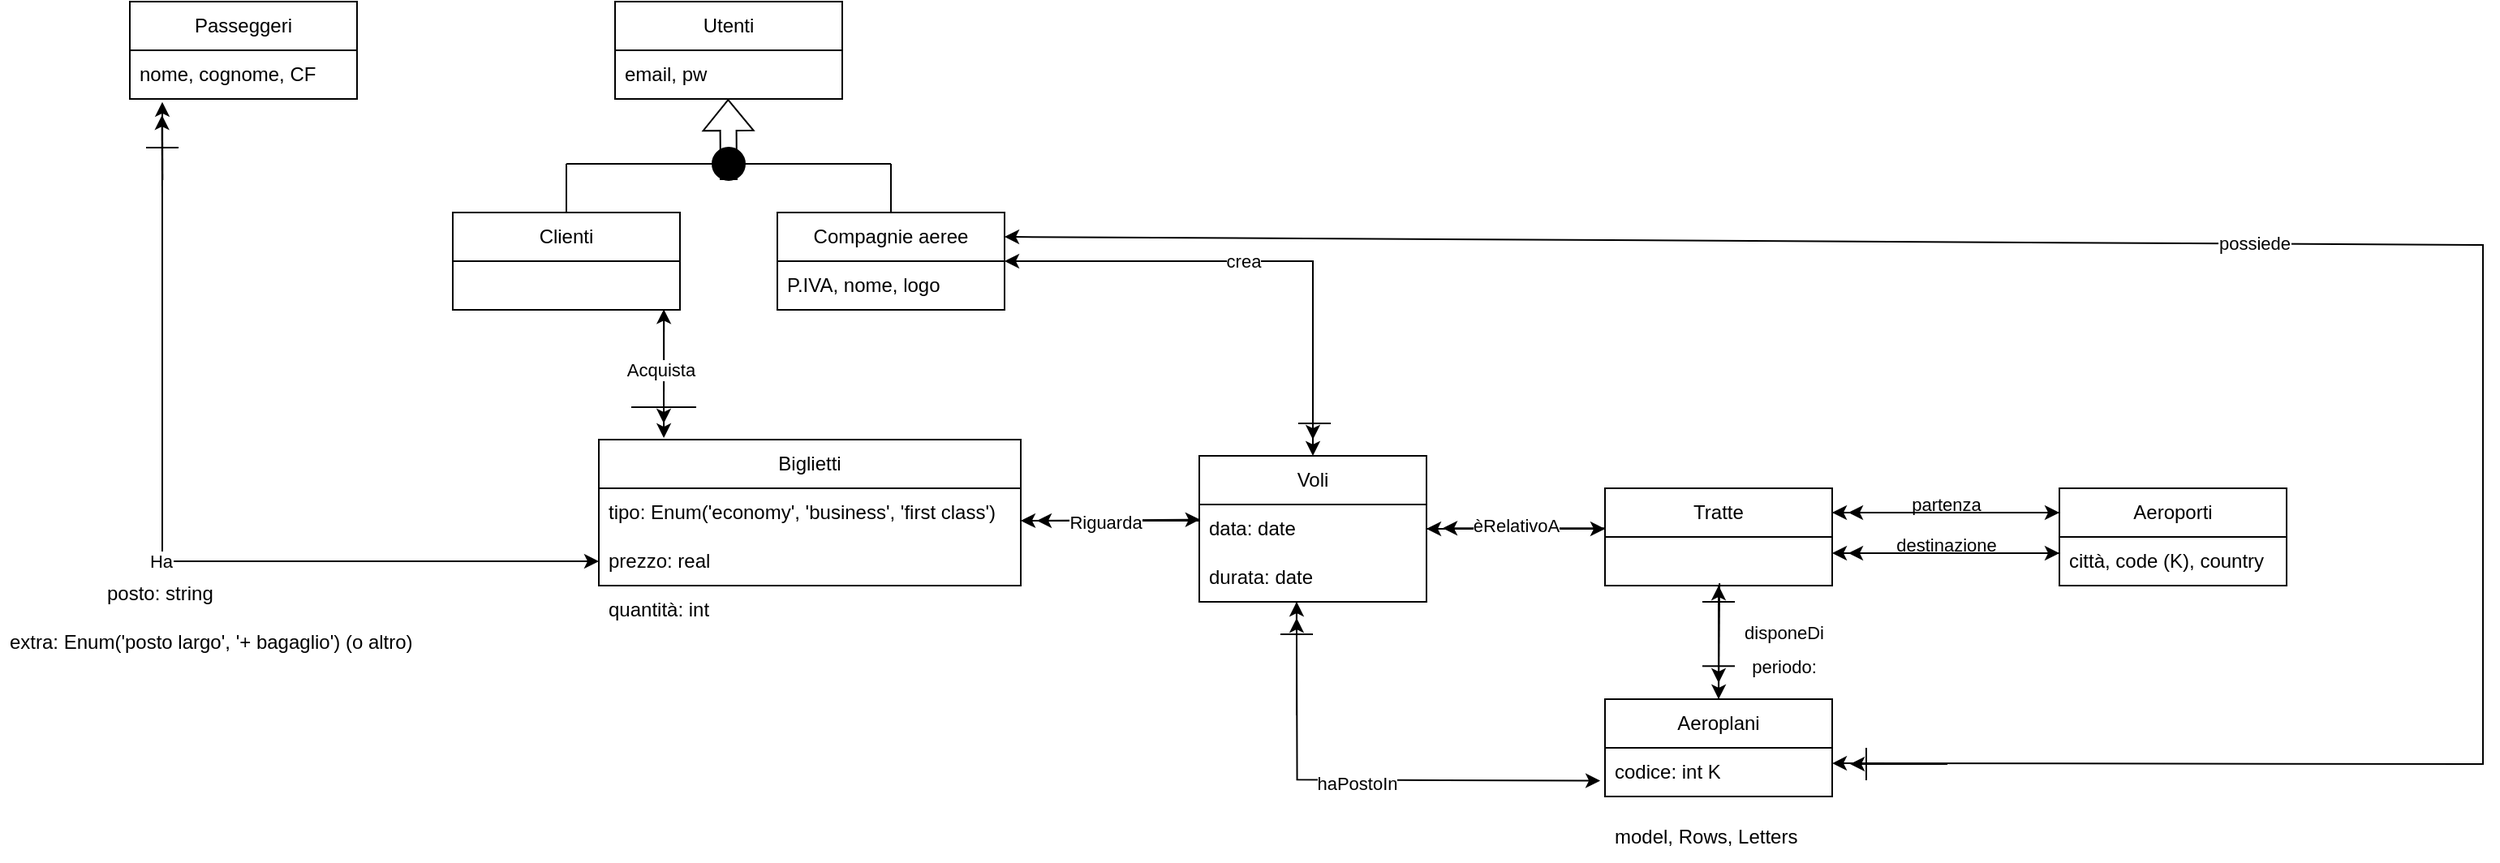
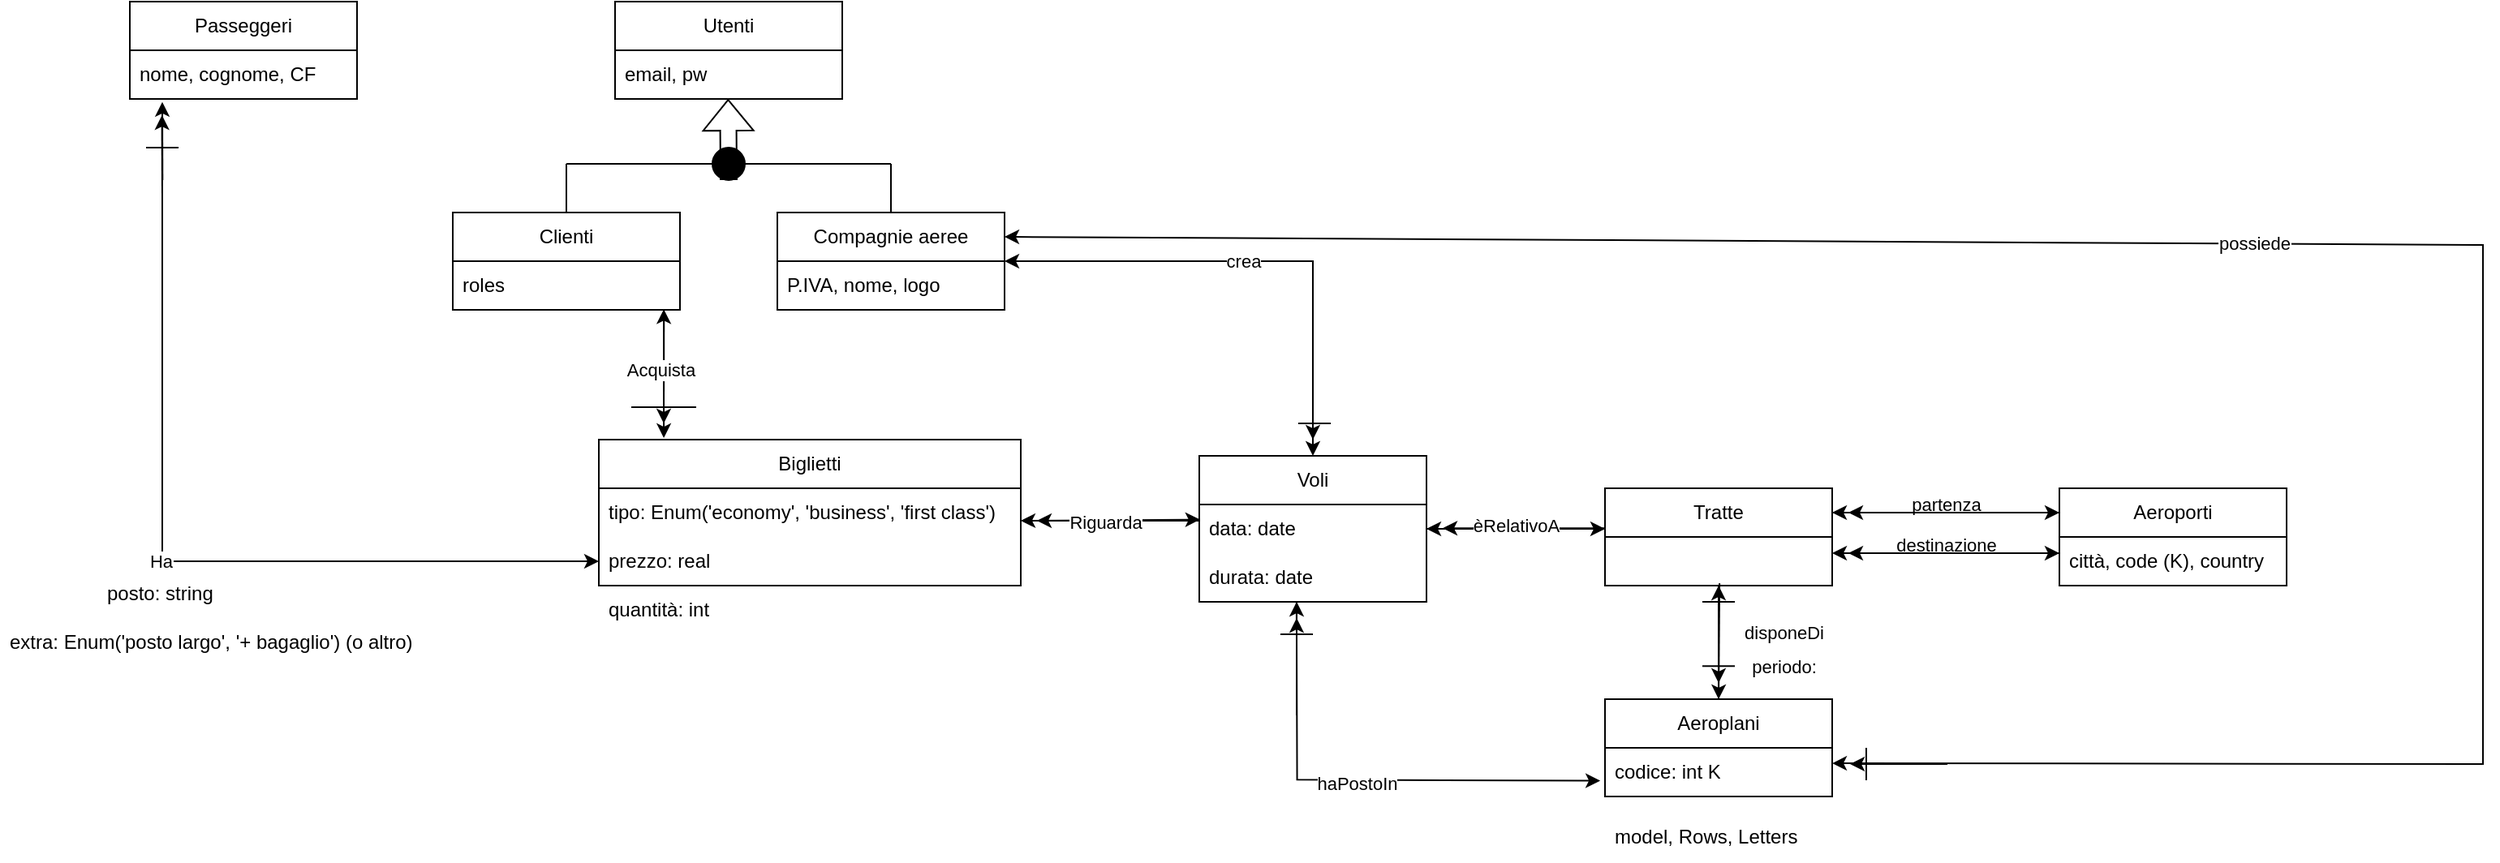
<mxfile host="65bd71144e">
    <diagram name="Pagina-1" id="Y2F9K8NCZ-bAOCw_idQH">
-         <mxGraphModel dx="2490" dy="2175" grid="1" gridSize="10" guides="1" tooltips="1" connect="1" arrows="1" fold="1" page="1" pageScale="1" pageWidth="1169" pageHeight="827" background="none" math="0" shadow="0">
+         <mxGraphModel dx="2176" dy="2015" grid="1" gridSize="10" guides="1" tooltips="1" connect="1" arrows="1" fold="1" page="1" pageScale="1" pageWidth="1169" pageHeight="827" background="none" math="0" shadow="0">
            <root>
                <mxCell id="0"/>
                <mxCell id="1" parent="0"/>
                <mxCell id="_ETjs5SsKa_0tdBlZnar-3" value="Utenti" style="swimlane;fontStyle=0;childLayout=stackLayout;horizontal=1;startSize=30;horizontalStack=0;resizeParent=1;resizeParentMax=0;resizeLast=0;collapsible=1;marginBottom=0;whiteSpace=wrap;html=1;" parent="1" vertex="1">
                    <mxGeometry x="119" y="-1600" width="140" height="60" as="geometry"/>
                </mxCell>
                <mxCell id="_ETjs5SsKa_0tdBlZnar-4" value="email, pw" style="text;strokeColor=none;fillColor=none;align=left;verticalAlign=middle;spacingLeft=4;spacingRight=4;overflow=hidden;points=[[0,0.5],[1,0.5]];portConstraint=eastwest;rotatable=0;whiteSpace=wrap;html=1;" parent="_ETjs5SsKa_0tdBlZnar-3" vertex="1">
                    <mxGeometry y="30" width="140" height="30" as="geometry"/>
                </mxCell>
                <mxCell id="_ETjs5SsKa_0tdBlZnar-15" value="Clienti" style="swimlane;fontStyle=0;childLayout=stackLayout;horizontal=1;startSize=30;horizontalStack=0;resizeParent=1;resizeParentMax=0;resizeLast=0;collapsible=1;marginBottom=0;whiteSpace=wrap;html=1;" parent="1" vertex="1">
                    <mxGeometry x="19" y="-1470" width="140" height="60" as="geometry"/>
                </mxCell>
+                 <mxCell id="31" value="roles" style="text;strokeColor=none;fillColor=none;align=left;verticalAlign=middle;spacingLeft=4;spacingRight=4;overflow=hidden;points=[[0,0.5],[1,0.5]];portConstraint=eastwest;rotatable=0;whiteSpace=wrap;html=1;" vertex="1" parent="_ETjs5SsKa_0tdBlZnar-15">
+                     <mxGeometry y="30" width="140" height="30" as="geometry"/>
+                 </mxCell>
                <mxCell id="_ETjs5SsKa_0tdBlZnar-17" value="Compagnie aeree" style="swimlane;fontStyle=0;childLayout=stackLayout;horizontal=1;startSize=30;horizontalStack=0;resizeParent=1;resizeParentMax=0;resizeLast=0;collapsible=1;marginBottom=0;whiteSpace=wrap;html=1;" parent="1" vertex="1">
                    <mxGeometry x="219" y="-1470" width="140" height="60" as="geometry"/>
                </mxCell>
                <mxCell id="_ETjs5SsKa_0tdBlZnar-18" value="P.IVA, nome, logo" style="text;strokeColor=none;fillColor=none;align=left;verticalAlign=middle;spacingLeft=4;spacingRight=4;overflow=hidden;points=[[0,0.5],[1,0.5]];portConstraint=eastwest;rotatable=0;whiteSpace=wrap;html=1;" parent="_ETjs5SsKa_0tdBlZnar-17" vertex="1">
                    <mxGeometry y="30" width="140" height="30" as="geometry"/>
                </mxCell>
                <mxCell id="_ETjs5SsKa_0tdBlZnar-19" value="Tratte" style="swimlane;fontStyle=0;childLayout=stackLayout;horizontal=1;startSize=30;horizontalStack=0;resizeParent=1;resizeParentMax=0;resizeLast=0;collapsible=1;marginBottom=0;whiteSpace=wrap;html=1;" parent="1" vertex="1">
                    <mxGeometry x="729" y="-1300" width="140" height="60" as="geometry"/>
                </mxCell>
                <mxCell id="_ETjs5SsKa_0tdBlZnar-21" value="Aeroplani" style="swimlane;fontStyle=0;childLayout=stackLayout;horizontal=1;startSize=30;horizontalStack=0;resizeParent=1;resizeParentMax=0;resizeLast=0;collapsible=1;marginBottom=0;whiteSpace=wrap;html=1;" parent="1" vertex="1">
                    <mxGeometry x="729" y="-1170" width="140" height="60" as="geometry"/>
                </mxCell>
                <mxCell id="_ETjs5SsKa_0tdBlZnar-22" value="codice: int K" style="text;strokeColor=none;fillColor=none;align=left;verticalAlign=middle;spacingLeft=4;spacingRight=4;overflow=hidden;points=[[0,0.5],[1,0.5]];portConstraint=eastwest;rotatable=0;whiteSpace=wrap;html=1;" parent="_ETjs5SsKa_0tdBlZnar-21" vertex="1">
                    <mxGeometry y="30" width="140" height="30" as="geometry"/>
                </mxCell>
                <mxCell id="_ETjs5SsKa_0tdBlZnar-23" value="Aeroporti" style="swimlane;fontStyle=0;childLayout=stackLayout;horizontal=1;startSize=30;horizontalStack=0;resizeParent=1;resizeParentMax=0;resizeLast=0;collapsible=1;marginBottom=0;whiteSpace=wrap;html=1;" parent="1" vertex="1">
                    <mxGeometry x="1009" y="-1300" width="140" height="60" as="geometry"/>
                </mxCell>
                <mxCell id="_ETjs5SsKa_0tdBlZnar-24" value="città, code (K), country" style="text;strokeColor=none;fillColor=none;align=left;verticalAlign=middle;spacingLeft=4;spacingRight=4;overflow=hidden;points=[[0,0.5],[1,0.5]];portConstraint=eastwest;rotatable=0;whiteSpace=wrap;html=1;" parent="_ETjs5SsKa_0tdBlZnar-23" vertex="1">
                    <mxGeometry y="30" width="140" height="30" as="geometry"/>
                </mxCell>
                <mxCell id="_ETjs5SsKa_0tdBlZnar-25" value="" style="endArrow=classic;html=1;rounded=0;exitX=1;exitY=0.25;exitDx=0;exitDy=0;entryX=0;entryY=0.25;entryDx=0;entryDy=0;" parent="1" source="_ETjs5SsKa_0tdBlZnar-19" target="_ETjs5SsKa_0tdBlZnar-23" edge="1">
                    <mxGeometry width="50" height="50" relative="1" as="geometry">
                        <mxPoint x="709" y="-1000" as="sourcePoint"/>
                        <mxPoint x="759" y="-1050" as="targetPoint"/>
                    </mxGeometry>
                </mxCell>
                <mxCell id="_ETjs5SsKa_0tdBlZnar-27" value="" style="endArrow=classic;html=1;rounded=0;entryX=1;entryY=0.25;entryDx=0;entryDy=0;exitX=0;exitY=0.25;exitDx=0;exitDy=0;" parent="1" source="_ETjs5SsKa_0tdBlZnar-23" target="_ETjs5SsKa_0tdBlZnar-19" edge="1">
                    <mxGeometry width="50" height="50" relative="1" as="geometry">
                        <mxPoint x="709" y="-1000" as="sourcePoint"/>
                        <mxPoint x="759" y="-1050" as="targetPoint"/>
                    </mxGeometry>
                </mxCell>
                <mxCell id="_ETjs5SsKa_0tdBlZnar-28" value="partenza" style="edgeLabel;html=1;align=center;verticalAlign=middle;resizable=0;points=[];" parent="_ETjs5SsKa_0tdBlZnar-27" vertex="1" connectable="0">
                    <mxGeometry x="0.0872" y="2" relative="1" as="geometry">
                        <mxPoint x="6" y="-7" as="offset"/>
                    </mxGeometry>
                </mxCell>
                <mxCell id="_ETjs5SsKa_0tdBlZnar-29" value="" style="endArrow=classic;html=1;rounded=0;exitX=0;exitY=0.25;exitDx=0;exitDy=0;" parent="1" source="_ETjs5SsKa_0tdBlZnar-23" edge="1">
                    <mxGeometry width="50" height="50" relative="1" as="geometry">
                        <mxPoint x="709" y="-1000" as="sourcePoint"/>
                        <mxPoint x="879" y="-1285" as="targetPoint"/>
                    </mxGeometry>
                </mxCell>
                <mxCell id="_ETjs5SsKa_0tdBlZnar-30" value="" style="endArrow=classic;html=1;rounded=0;entryX=1;entryY=0.25;entryDx=0;entryDy=0;exitX=0;exitY=0.25;exitDx=0;exitDy=0;" parent="1" edge="1">
                    <mxGeometry width="50" height="50" relative="1" as="geometry">
                        <mxPoint x="1009" y="-1260" as="sourcePoint"/>
                        <mxPoint x="869" y="-1260" as="targetPoint"/>
                    </mxGeometry>
                </mxCell>
                <mxCell id="_ETjs5SsKa_0tdBlZnar-31" value="destinazione" style="edgeLabel;html=1;align=center;verticalAlign=middle;resizable=0;points=[];" parent="_ETjs5SsKa_0tdBlZnar-30" vertex="1" connectable="0">
                    <mxGeometry x="0.0872" y="2" relative="1" as="geometry">
                        <mxPoint x="6" y="-7" as="offset"/>
                    </mxGeometry>
                </mxCell>
                <mxCell id="_ETjs5SsKa_0tdBlZnar-32" value="" style="endArrow=classic;html=1;rounded=0;exitX=0;exitY=0.25;exitDx=0;exitDy=0;" parent="1" edge="1">
                    <mxGeometry width="50" height="50" relative="1" as="geometry">
                        <mxPoint x="1009" y="-1260" as="sourcePoint"/>
                        <mxPoint x="879" y="-1260" as="targetPoint"/>
                    </mxGeometry>
                </mxCell>
                <mxCell id="_ETjs5SsKa_0tdBlZnar-33" value="" style="endArrow=classic;html=1;rounded=0;exitX=1.007;exitY=0.333;exitDx=0;exitDy=0;exitPerimeter=0;" parent="1" edge="1">
                    <mxGeometry width="50" height="50" relative="1" as="geometry">
                        <mxPoint x="869.9799999999998" y="-1260.0100000000002" as="sourcePoint"/>
                        <mxPoint x="1009" y="-1260" as="targetPoint"/>
                    </mxGeometry>
                </mxCell>
                <mxCell id="_ETjs5SsKa_0tdBlZnar-34" value="" style="endArrow=classic;html=1;rounded=0;exitX=0.504;exitY=0.951;exitDx=0;exitDy=0;exitPerimeter=0;entryX=0.5;entryY=0;entryDx=0;entryDy=0;" parent="1" target="_ETjs5SsKa_0tdBlZnar-21" edge="1">
                    <mxGeometry width="50" height="50" relative="1" as="geometry">
                        <mxPoint x="799.56" y="-1241.47" as="sourcePoint"/>
                        <mxPoint x="719" y="-1050" as="targetPoint"/>
                    </mxGeometry>
                </mxCell>
                <mxCell id="_ETjs5SsKa_0tdBlZnar-36" value="" style="endArrow=classic;html=1;rounded=0;" parent="1" edge="1">
                    <mxGeometry width="50" height="50" relative="1" as="geometry">
                        <mxPoint x="799" y="-1240" as="sourcePoint"/>
                        <mxPoint x="799" y="-1180" as="targetPoint"/>
                    </mxGeometry>
                </mxCell>
                <mxCell id="_ETjs5SsKa_0tdBlZnar-38" value="disponeDi" style="edgeLabel;html=1;align=center;verticalAlign=middle;resizable=0;points=[];" parent="_ETjs5SsKa_0tdBlZnar-36" vertex="1" connectable="0">
                    <mxGeometry x="-0.0573" y="1" relative="1" as="geometry">
                        <mxPoint x="39" as="offset"/>
                    </mxGeometry>
                </mxCell>
                <mxCell id="_ETjs5SsKa_0tdBlZnar-40" value="periodo:" style="edgeLabel;html=1;align=center;verticalAlign=middle;resizable=0;points=[];" parent="1" vertex="1" connectable="0">
                    <mxGeometry x="839" y="-1190.0048717948719" as="geometry"/>
                </mxCell>
                <mxCell id="_ETjs5SsKa_0tdBlZnar-41" value="" style="endArrow=classic;html=1;rounded=0;" parent="1" edge="1">
                    <mxGeometry width="50" height="50" relative="1" as="geometry">
                        <mxPoint x="799" y="-1170" as="sourcePoint"/>
                        <mxPoint x="799" y="-1240" as="targetPoint"/>
                    </mxGeometry>
                </mxCell>
                <mxCell id="_ETjs5SsKa_0tdBlZnar-42" value="Voli" style="swimlane;fontStyle=0;childLayout=stackLayout;horizontal=1;startSize=30;horizontalStack=0;resizeParent=1;resizeParentMax=0;resizeLast=0;collapsible=1;marginBottom=0;whiteSpace=wrap;html=1;" parent="1" vertex="1">
                    <mxGeometry x="479" y="-1320" width="140" height="90" as="geometry"/>
                </mxCell>
                <mxCell id="_ETjs5SsKa_0tdBlZnar-43" value="data: date" style="text;strokeColor=none;fillColor=none;align=left;verticalAlign=middle;spacingLeft=4;spacingRight=4;overflow=hidden;points=[[0,0.5],[1,0.5]];portConstraint=eastwest;rotatable=0;whiteSpace=wrap;html=1;" parent="_ETjs5SsKa_0tdBlZnar-42" vertex="1">
                    <mxGeometry y="30" width="140" height="30" as="geometry"/>
                </mxCell>
                <mxCell id="_ETjs5SsKa_0tdBlZnar-66" value="durata: date" style="text;strokeColor=none;fillColor=none;align=left;verticalAlign=middle;spacingLeft=4;spacingRight=4;overflow=hidden;points=[[0,0.5],[1,0.5]];portConstraint=eastwest;rotatable=0;whiteSpace=wrap;html=1;" parent="_ETjs5SsKa_0tdBlZnar-42" vertex="1">
                    <mxGeometry y="60" width="140" height="30" as="geometry"/>
                </mxCell>
                <mxCell id="_ETjs5SsKa_0tdBlZnar-46" value="Biglietti" style="swimlane;fontStyle=0;childLayout=stackLayout;horizontal=1;startSize=30;horizontalStack=0;resizeParent=1;resizeParentMax=0;resizeLast=0;collapsible=1;marginBottom=0;whiteSpace=wrap;html=1;" parent="1" vertex="1">
                    <mxGeometry x="109" y="-1330" width="260" height="90" as="geometry"/>
                </mxCell>
                <mxCell id="Bv-jkNyQtQAfHgGsfsne-6" value="tipo: Enum(&#39;economy&#39;, &#39;business&#39;, &#39;first class&#39;)" style="text;strokeColor=none;fillColor=none;align=left;verticalAlign=middle;spacingLeft=4;spacingRight=4;overflow=hidden;points=[[0,0.5],[1,0.5]];portConstraint=eastwest;rotatable=0;whiteSpace=wrap;html=1;" parent="_ETjs5SsKa_0tdBlZnar-46" vertex="1">
                    <mxGeometry y="30" width="260" height="30" as="geometry"/>
                </mxCell>
                <mxCell id="EdjyHUfcLkRTV670vATM-4" value="prezzo: real" style="text;strokeColor=none;fillColor=none;align=left;verticalAlign=middle;spacingLeft=4;spacingRight=4;overflow=hidden;points=[[0,0.5],[1,0.5]];portConstraint=eastwest;rotatable=0;whiteSpace=wrap;html=1;" parent="_ETjs5SsKa_0tdBlZnar-46" vertex="1">
                    <mxGeometry y="60" width="260" height="30" as="geometry"/>
                </mxCell>
                <mxCell id="_ETjs5SsKa_0tdBlZnar-62" value="" style="endArrow=classic;html=1;rounded=0;exitX=1;exitY=0.5;exitDx=0;exitDy=0;" parent="1" source="_ETjs5SsKa_0tdBlZnar-43" edge="1">
                    <mxGeometry width="50" height="50" relative="1" as="geometry">
                        <mxPoint x="549" y="-1210" as="sourcePoint"/>
                        <mxPoint x="729" y="-1275" as="targetPoint"/>
                    </mxGeometry>
                </mxCell>
                <mxCell id="_ETjs5SsKa_0tdBlZnar-63" value="" style="endArrow=classic;html=1;rounded=0;entryX=1;entryY=0.5;entryDx=0;entryDy=0;" parent="1" target="_ETjs5SsKa_0tdBlZnar-43" edge="1">
                    <mxGeometry width="50" height="50" relative="1" as="geometry">
                        <mxPoint x="729" y="-1275" as="sourcePoint"/>
                        <mxPoint x="549" y="-1230" as="targetPoint"/>
                    </mxGeometry>
                </mxCell>
                <mxCell id="_ETjs5SsKa_0tdBlZnar-64" value="" style="endArrow=classic;html=1;rounded=0;" parent="1" edge="1">
                    <mxGeometry width="50" height="50" relative="1" as="geometry">
                        <mxPoint x="729" y="-1275.4" as="sourcePoint"/>
                        <mxPoint x="629" y="-1275.4" as="targetPoint"/>
                    </mxGeometry>
                </mxCell>
                <mxCell id="_ETjs5SsKa_0tdBlZnar-65" value="èRelativoA" style="edgeLabel;html=1;align=center;verticalAlign=middle;resizable=0;points=[];" parent="_ETjs5SsKa_0tdBlZnar-64" vertex="1" connectable="0">
                    <mxGeometry x="0.0974" y="-2" relative="1" as="geometry">
                        <mxPoint as="offset"/>
                    </mxGeometry>
                </mxCell>
                <mxCell id="_ETjs5SsKa_0tdBlZnar-67" value="" style="shape=flexArrow;endArrow=classic;html=1;rounded=0;exitX=0.5;exitY=1;exitDx=0;exitDy=0;" parent="1" source="_ETjs5SsKa_0tdBlZnar-71" edge="1">
                    <mxGeometry width="50" height="50" relative="1" as="geometry">
                        <mxPoint x="189" y="-1500" as="sourcePoint"/>
                        <mxPoint x="188.67000000000002" y="-1540" as="targetPoint"/>
                    </mxGeometry>
                </mxCell>
                <mxCell id="_ETjs5SsKa_0tdBlZnar-68" value="" style="endArrow=none;html=1;rounded=0;" parent="1" source="_ETjs5SsKa_0tdBlZnar-71" edge="1">
                    <mxGeometry width="50" height="50" relative="1" as="geometry">
                        <mxPoint x="89" y="-1500" as="sourcePoint"/>
                        <mxPoint x="289" y="-1500" as="targetPoint"/>
                    </mxGeometry>
                </mxCell>
                <mxCell id="_ETjs5SsKa_0tdBlZnar-69" value="" style="endArrow=none;html=1;rounded=0;entryX=0.5;entryY=0;entryDx=0;entryDy=0;" parent="1" target="_ETjs5SsKa_0tdBlZnar-15" edge="1">
                    <mxGeometry width="50" height="50" relative="1" as="geometry">
                        <mxPoint x="89" y="-1500" as="sourcePoint"/>
                        <mxPoint x="299" y="-1490" as="targetPoint"/>
                    </mxGeometry>
                </mxCell>
                <mxCell id="_ETjs5SsKa_0tdBlZnar-70" value="" style="endArrow=none;html=1;rounded=0;entryX=0.5;entryY=0;entryDx=0;entryDy=0;" parent="1" target="_ETjs5SsKa_0tdBlZnar-17" edge="1">
                    <mxGeometry width="50" height="50" relative="1" as="geometry">
                        <mxPoint x="289" y="-1500" as="sourcePoint"/>
                        <mxPoint x="309" y="-1480" as="targetPoint"/>
                    </mxGeometry>
                </mxCell>
                <mxCell id="_ETjs5SsKa_0tdBlZnar-73" value="" style="shape=flexArrow;endArrow=classic;html=1;rounded=0;" parent="1" target="_ETjs5SsKa_0tdBlZnar-71" edge="1">
                    <mxGeometry width="50" height="50" relative="1" as="geometry">
                        <mxPoint x="189" y="-1500" as="sourcePoint"/>
                        <mxPoint x="188.67000000000002" y="-1540" as="targetPoint"/>
                    </mxGeometry>
                </mxCell>
                <mxCell id="_ETjs5SsKa_0tdBlZnar-74" value="" style="endArrow=none;html=1;rounded=0;" parent="1" target="_ETjs5SsKa_0tdBlZnar-71" edge="1">
                    <mxGeometry width="50" height="50" relative="1" as="geometry">
                        <mxPoint x="89" y="-1500" as="sourcePoint"/>
                        <mxPoint x="289" y="-1500" as="targetPoint"/>
                    </mxGeometry>
                </mxCell>
                <mxCell id="_ETjs5SsKa_0tdBlZnar-71" value="" style="ellipse;whiteSpace=wrap;html=1;aspect=fixed;strokeColor=#000000;fillColor=#000000;" parent="1" vertex="1">
                    <mxGeometry x="179" y="-1510" width="20" height="20" as="geometry"/>
                </mxCell>
                <mxCell id="_ETjs5SsKa_0tdBlZnar-85" value="" style="endArrow=classic;html=1;rounded=0;exitX=0.426;exitY=1.011;exitDx=0;exitDy=0;exitPerimeter=0;entryX=-0.021;entryY=0.675;entryDx=0;entryDy=0;entryPerimeter=0;" parent="1" target="_ETjs5SsKa_0tdBlZnar-22" edge="1">
                    <mxGeometry width="50" height="50" relative="1" as="geometry">
                        <mxPoint x="538.92" y="-1230" as="sourcePoint"/>
                        <mxPoint x="729" y="-1118.67" as="targetPoint"/>
                        <Array as="points">
                            <mxPoint x="539.28" y="-1120.33"/>
                        </Array>
                    </mxGeometry>
                </mxCell>
                <mxCell id="_ETjs5SsKa_0tdBlZnar-86" value="haPostoIn" style="edgeLabel;html=1;align=center;verticalAlign=middle;resizable=0;points=[];" parent="_ETjs5SsKa_0tdBlZnar-85" vertex="1" connectable="0">
                    <mxGeometry x="-0.0113" y="-2" relative="1" as="geometry">
                        <mxPoint as="offset"/>
                    </mxGeometry>
                </mxCell>
                <mxCell id="_ETjs5SsKa_0tdBlZnar-88" value="" style="endArrow=classic;html=1;rounded=0;" parent="1" edge="1">
                    <mxGeometry width="50" height="50" relative="1" as="geometry">
                        <mxPoint x="539" y="-1170" as="sourcePoint"/>
                        <mxPoint x="539" y="-1230" as="targetPoint"/>
                    </mxGeometry>
                </mxCell>
                <mxCell id="_ETjs5SsKa_0tdBlZnar-89" value="" style="endArrow=classic;html=1;rounded=0;" parent="1" edge="1">
                    <mxGeometry width="50" height="50" relative="1" as="geometry">
                        <mxPoint x="539" y="-1160" as="sourcePoint"/>
                        <mxPoint x="539" y="-1220" as="targetPoint"/>
                    </mxGeometry>
                </mxCell>
                <mxCell id="hUyTWg2xCONPmjfaOem0-3" value="" style="endArrow=classic;startArrow=classic;html=1;rounded=0;exitX=0.154;exitY=-0.011;exitDx=0;exitDy=0;exitPerimeter=0;entryX=0.929;entryY=0.989;entryDx=0;entryDy=0;entryPerimeter=0;" parent="1" source="_ETjs5SsKa_0tdBlZnar-46" edge="1">
                    <mxGeometry width="50" height="50" relative="1" as="geometry">
                        <mxPoint x="289" y="-1260" as="sourcePoint"/>
                        <mxPoint x="149.05999999999995" y="-1410.33" as="targetPoint"/>
                    </mxGeometry>
                </mxCell>
                <mxCell id="hUyTWg2xCONPmjfaOem0-9" value="" style="endArrow=classic;html=1;rounded=0;exitX=0.929;exitY=1;exitDx=0;exitDy=0;exitPerimeter=0;" parent="1" edge="1">
                    <mxGeometry width="50" height="50" relative="1" as="geometry">
                        <mxPoint x="149.05999999999995" y="-1410" as="sourcePoint"/>
                        <mxPoint x="149" y="-1340" as="targetPoint"/>
                    </mxGeometry>
                </mxCell>
                <mxCell id="Bv-jkNyQtQAfHgGsfsne-1" value="Acquista" style="edgeLabel;html=1;align=center;verticalAlign=middle;resizable=0;points=[];" parent="hUyTWg2xCONPmjfaOem0-9" vertex="1" connectable="0">
                    <mxGeometry x="0.0517" y="-2" relative="1" as="geometry">
                        <mxPoint as="offset"/>
                    </mxGeometry>
                </mxCell>
                <mxCell id="Bv-jkNyQtQAfHgGsfsne-2" value="" style="endArrow=classic;startArrow=classic;html=1;rounded=0;entryX=0.003;entryY=0.31;entryDx=0;entryDy=0;entryPerimeter=0;" parent="1" target="_ETjs5SsKa_0tdBlZnar-43" edge="1">
                    <mxGeometry width="50" height="50" relative="1" as="geometry">
                        <mxPoint x="369" y="-1280" as="sourcePoint"/>
                        <mxPoint x="419" y="-1330" as="targetPoint"/>
                    </mxGeometry>
                </mxCell>
                <mxCell id="Bv-jkNyQtQAfHgGsfsne-3" value="" style="endArrow=classic;html=1;rounded=0;" parent="1" edge="1">
                    <mxGeometry width="50" height="50" relative="1" as="geometry">
                        <mxPoint x="479" y="-1280" as="sourcePoint"/>
                        <mxPoint x="379" y="-1280" as="targetPoint"/>
                    </mxGeometry>
                </mxCell>
                <mxCell id="Bv-jkNyQtQAfHgGsfsne-4" value="Riguarda" style="edgeLabel;html=1;align=center;verticalAlign=middle;resizable=0;points=[];" parent="Bv-jkNyQtQAfHgGsfsne-3" vertex="1" connectable="0">
                    <mxGeometry x="0.16" y="1" relative="1" as="geometry">
                        <mxPoint as="offset"/>
                    </mxGeometry>
                </mxCell>
                <mxCell id="EdjyHUfcLkRTV670vATM-6" value="" style="endArrow=none;html=1;rounded=0;" parent="1" edge="1">
                    <mxGeometry width="50" height="50" relative="1" as="geometry">
                        <mxPoint x="129" y="-1350" as="sourcePoint"/>
                        <mxPoint x="169" y="-1350" as="targetPoint"/>
                    </mxGeometry>
                </mxCell>
                <mxCell id="EdjyHUfcLkRTV670vATM-8" value="" style="endArrow=none;html=1;rounded=0;" parent="1" edge="1">
                    <mxGeometry width="50" height="50" relative="1" as="geometry">
                        <mxPoint x="529" y="-1210" as="sourcePoint"/>
                        <mxPoint x="549" y="-1210" as="targetPoint"/>
                    </mxGeometry>
                </mxCell>
                <mxCell id="EdjyHUfcLkRTV670vATM-9" value="" style="endArrow=none;html=1;rounded=0;" parent="1" edge="1">
                    <mxGeometry width="50" height="50" relative="1" as="geometry">
                        <mxPoint x="809" y="-1230" as="sourcePoint"/>
                        <mxPoint x="789" y="-1230" as="targetPoint"/>
                    </mxGeometry>
                </mxCell>
                <mxCell id="EdjyHUfcLkRTV670vATM-10" value="" style="endArrow=none;html=1;rounded=0;" parent="1" edge="1">
                    <mxGeometry width="50" height="50" relative="1" as="geometry">
                        <mxPoint x="809" y="-1190.3400000000001" as="sourcePoint"/>
                        <mxPoint x="789" y="-1190.3400000000001" as="targetPoint"/>
                    </mxGeometry>
                </mxCell>
                <mxCell id="EdjyHUfcLkRTV670vATM-13" value="" style="endArrow=classic;startArrow=classic;html=1;rounded=0;exitX=1;exitY=0.5;exitDx=0;exitDy=0;entryX=0.5;entryY=0;entryDx=0;entryDy=0;" parent="1" source="_ETjs5SsKa_0tdBlZnar-17" target="_ETjs5SsKa_0tdBlZnar-42" edge="1">
                    <mxGeometry width="50" height="50" relative="1" as="geometry">
                        <mxPoint x="620" y="-1330" as="sourcePoint"/>
                        <mxPoint x="670" y="-1380" as="targetPoint"/>
                        <Array as="points">
                            <mxPoint x="549" y="-1440"/>
                        </Array>
                    </mxGeometry>
                </mxCell>
                <mxCell id="EdjyHUfcLkRTV670vATM-15" value="crea" style="edgeLabel;html=1;align=center;verticalAlign=middle;resizable=0;points=[];" parent="EdjyHUfcLkRTV670vATM-13" connectable="0" vertex="1">
                    <mxGeometry x="-0.0562" relative="1" as="geometry">
                        <mxPoint as="offset"/>
                    </mxGeometry>
                </mxCell>
                <mxCell id="EdjyHUfcLkRTV670vATM-14" value="" style="endArrow=classic;html=1;rounded=0;" parent="1" edge="1">
                    <mxGeometry width="50" height="50" relative="1" as="geometry">
                        <mxPoint x="549" y="-1410" as="sourcePoint"/>
                        <mxPoint x="549" y="-1330" as="targetPoint"/>
                    </mxGeometry>
                </mxCell>
                <mxCell id="EdjyHUfcLkRTV670vATM-16" value="" style="endArrow=none;html=1;rounded=0;" parent="1" edge="1">
                    <mxGeometry width="50" height="50" relative="1" as="geometry">
                        <mxPoint x="540" y="-1340" as="sourcePoint"/>
                        <mxPoint x="560" y="-1340" as="targetPoint"/>
                    </mxGeometry>
                </mxCell>
                <mxCell id="11" value="Passeggeri" style="swimlane;fontStyle=0;childLayout=stackLayout;horizontal=1;startSize=30;horizontalStack=0;resizeParent=1;resizeParentMax=0;resizeLast=0;collapsible=1;marginBottom=0;whiteSpace=wrap;html=1;" parent="1" vertex="1">
                    <mxGeometry x="-180" y="-1600" width="140" height="60" as="geometry"/>
                </mxCell>
                <mxCell id="12" value="&lt;span style=&quot;color: rgb(0, 0, 0);&quot;&gt;nome, cognome, CF&lt;/span&gt;" style="text;strokeColor=none;fillColor=none;align=left;verticalAlign=middle;spacingLeft=4;spacingRight=4;overflow=hidden;points=[[0,0.5],[1,0.5]];portConstraint=eastwest;rotatable=0;whiteSpace=wrap;html=1;" parent="11" vertex="1">
                    <mxGeometry y="30" width="140" height="30" as="geometry"/>
                </mxCell>
                <mxCell id="16" value="" style="endArrow=classic;html=1;rounded=0;entryX=0;entryY=0.5;entryDx=0;entryDy=0;" parent="1" target="EdjyHUfcLkRTV670vATM-4" edge="1">
                    <mxGeometry width="50" height="50" relative="1" as="geometry">
                        <mxPoint x="-160" y="-1530" as="sourcePoint"/>
                        <mxPoint x="50" y="-1255" as="targetPoint"/>
                        <Array as="points">
                            <mxPoint x="-160" y="-1255"/>
                        </Array>
                    </mxGeometry>
                </mxCell>
                <mxCell id="17" value="Ha" style="edgeLabel;html=1;align=center;verticalAlign=middle;resizable=0;points=[];" parent="16" vertex="1" connectable="0">
                    <mxGeometry x="0.0517" y="-2" relative="1" as="geometry">
                        <mxPoint x="-12" y="-2" as="offset"/>
                    </mxGeometry>
                </mxCell>
                <mxCell id="19" value="" style="endArrow=classic;html=1;rounded=0;entryX=0.106;entryY=1.063;entryDx=0;entryDy=0;entryPerimeter=0;" parent="1" edge="1">
                    <mxGeometry width="50" height="50" relative="1" as="geometry">
                        <mxPoint x="-159.84" y="-1490" as="sourcePoint"/>
                        <mxPoint x="-159.99999999999986" y="-1538.11" as="targetPoint"/>
                        <Array as="points"/>
                    </mxGeometry>
                </mxCell>
                <mxCell id="EdjyHUfcLkRTV670vATM-5" value="posto: string" style="text;strokeColor=none;fillColor=none;align=left;verticalAlign=middle;spacingLeft=4;spacingRight=4;overflow=hidden;points=[[0,0.5],[1,0.5]];portConstraint=eastwest;rotatable=0;whiteSpace=wrap;html=1;" parent="1" vertex="1">
                    <mxGeometry x="-200" y="-1250" width="80" height="30" as="geometry"/>
                </mxCell>
                <mxCell id="_ETjs5SsKa_0tdBlZnar-47" value="extra: Enum(&#39;posto largo&#39;, &#39;+ bagaglio&#39;) (o altro)" style="text;strokeColor=none;fillColor=none;align=left;verticalAlign=middle;spacingLeft=4;spacingRight=4;overflow=hidden;points=[[0,0.5],[1,0.5]];portConstraint=eastwest;rotatable=0;whiteSpace=wrap;html=1;" parent="1" vertex="1">
                    <mxGeometry x="-260" y="-1220" width="260" height="30" as="geometry"/>
                </mxCell>
                <mxCell id="21" value="quantità: int" style="text;strokeColor=none;fillColor=none;align=left;verticalAlign=middle;spacingLeft=4;spacingRight=4;overflow=hidden;points=[[0,0.5],[1,0.5]];portConstraint=eastwest;rotatable=0;whiteSpace=wrap;html=1;" parent="1" vertex="1">
                    <mxGeometry x="109" y="-1240" width="260" height="30" as="geometry"/>
                </mxCell>
                <mxCell id="22" value="model, Rows, Letters" style="text;strokeColor=none;fillColor=none;align=left;verticalAlign=middle;spacingLeft=4;spacingRight=4;overflow=hidden;points=[[0,0.5],[1,0.5]];portConstraint=eastwest;rotatable=0;whiteSpace=wrap;html=1;" parent="1" vertex="1">
                    <mxGeometry x="729" y="-1100" width="140" height="30" as="geometry"/>
                </mxCell>
                <mxCell id="23" value="" style="endArrow=classic;startArrow=classic;html=1;rounded=0;exitX=1;exitY=0.25;exitDx=0;exitDy=0;entryX=1;entryY=0.317;entryDx=0;entryDy=0;entryPerimeter=0;" parent="1" source="_ETjs5SsKa_0tdBlZnar-17" target="_ETjs5SsKa_0tdBlZnar-22" edge="1">
                    <mxGeometry width="50" height="50" relative="1" as="geometry">
                        <mxPoint x="584" y="-1540" as="sourcePoint"/>
                        <mxPoint x="774" y="-1420" as="targetPoint"/>
                        <Array as="points">
                            <mxPoint x="1270" y="-1450"/>
                            <mxPoint x="1270" y="-1130"/>
                        </Array>
                    </mxGeometry>
                </mxCell>
                <mxCell id="24" value="possiede" style="edgeLabel;html=1;align=center;verticalAlign=middle;resizable=0;points=[];" parent="23" connectable="0" vertex="1">
                    <mxGeometry x="-0.0562" relative="1" as="geometry">
                        <mxPoint as="offset"/>
                    </mxGeometry>
                </mxCell>
                <mxCell id="26" value="" style="endArrow=classic;html=1;rounded=0;" parent="1" edge="1">
                    <mxGeometry width="50" height="50" relative="1" as="geometry">
                        <mxPoint x="940" y="-1130" as="sourcePoint"/>
                        <mxPoint x="880" y="-1130" as="targetPoint"/>
                    </mxGeometry>
                </mxCell>
                <mxCell id="27" value="" style="endArrow=none;html=1;rounded=0;" parent="1" edge="1">
                    <mxGeometry width="50" height="50" relative="1" as="geometry">
                        <mxPoint x="890" y="-1140" as="sourcePoint"/>
                        <mxPoint x="890" y="-1120" as="targetPoint"/>
                    </mxGeometry>
                </mxCell>
-                 <mxCell id="28" value="" style="endArrow=classic;html=1;rounded=0;entryX=0.106;entryY=1.063;entryDx=0;entryDy=0;entryPerimeter=0;" edge="1" parent="1">
+                 <mxCell id="28" value="" style="endArrow=classic;html=1;rounded=0;entryX=0.106;entryY=1.063;entryDx=0;entryDy=0;entryPerimeter=0;" parent="1" edge="1">
                    <mxGeometry width="50" height="50" relative="1" as="geometry">
                        <mxPoint x="-160.03" y="-1481.89" as="sourcePoint"/>
                        <mxPoint x="-160.18999999999986" y="-1530" as="targetPoint"/>
                        <Array as="points"/>
                    </mxGeometry>
                </mxCell>
-                 <mxCell id="29" value="" style="endArrow=none;html=1;rounded=0;" edge="1" parent="1">
+                 <mxCell id="29" value="" style="endArrow=none;html=1;rounded=0;" parent="1" edge="1">
                    <mxGeometry width="50" height="50" relative="1" as="geometry">
                        <mxPoint x="-170" y="-1510" as="sourcePoint"/>
                        <mxPoint x="-150" y="-1510" as="targetPoint"/>
                        <Array as="points">
                            <mxPoint x="-160" y="-1510"/>
                        </Array>
                    </mxGeometry>
                </mxCell>
            </root>
        </mxGraphModel>
    </diagram>
</mxfile>